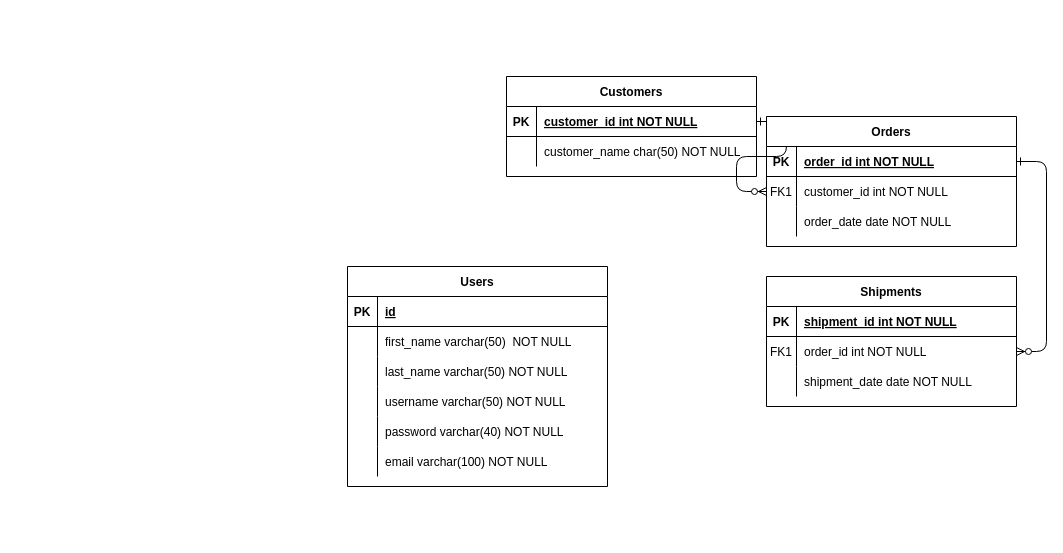
This is Berbagi.drawio from samsulanwar004/diagram, a draw.io file, before an edit. Source tidied: cells renumbered, new cells numbered last; positions are measured from the earlier drawing's top-left corner, leaving out a move shared by most shapes. Both pictures are drawn from the tidied source at 100%, with x=0, y=0 at pixel (347, 76).
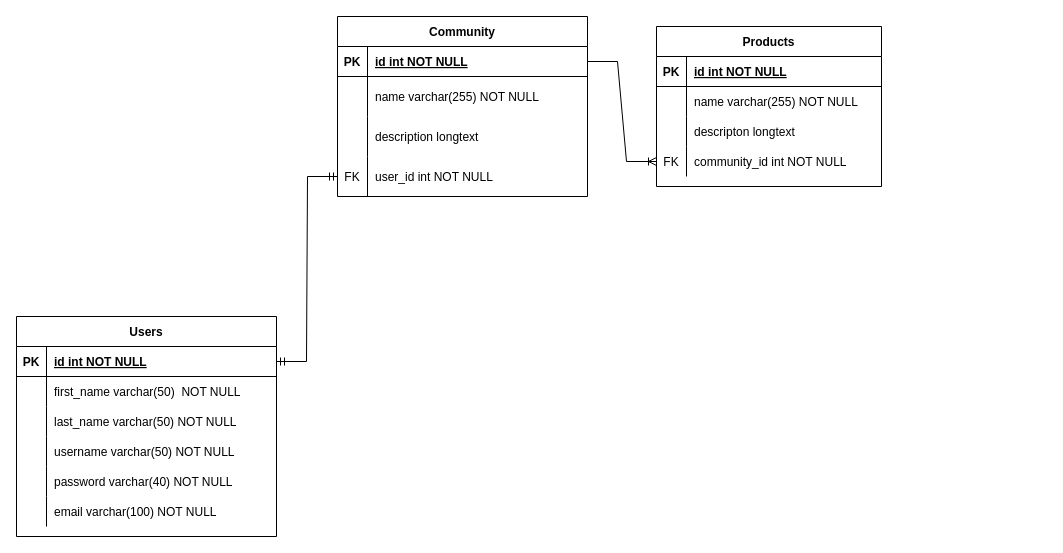
Above is the later version.

Unchanged cells that the change refers to:
```xml
<mxCell id="25" style="shape=partialRectangle;fillColor=none;points=[[0,0.5],[1,0.5]];portConstraint=eastwest;top=0;left=0;right=0;bottom=1;" parent="24" vertex="1">
  <mxGeometry y="30" width="250" height="30" as="geometry" />
</mxCell>
<mxCell id="32" style="shape=tableRow;horizontal=0;startSize=0;swimlaneHead=0;swimlaneBody=0;fillColor=none;points=[[0,0.5],[1,0.5]];portConstraint=eastwest;top=0;left=0;right=0;bottom=1;" parent="31" vertex="1">
  <mxGeometry y="30" width="260" height="30" as="geometry" />
</mxCell>
```

The edit, as a diff of the source:
```diff
@@
-    <mxCell id="2" style="edgeStyle=entityRelationEdgeStyle;endArrow=ERzeroToMany;startArrow=ERone;endFill=1;startFill=0;" parent="1" edge="1" source="25" target="8">
-      <mxGeometry relative="1" as="geometry" />
-    </mxCell>
-    <mxCell id="3" style="edgeStyle=entityRelationEdgeStyle;endArrow=ERzeroToMany;startArrow=ERone;endFill=1;startFill=0;" parent="1" edge="1" source="5" target="18">
-      <mxGeometry relative="1" as="geometry" />
-    </mxCell>
-    <mxCell id="4" value="Orders" style="shape=table;startSize=30;childLayout=tableLayout;rowLines=0;fontStyle=1;align=center;" parent="1" vertex="1">
-      <mxGeometry x="419" y="40" width="250" height="130" as="geometry" />
-    </mxCell>
-    <mxCell id="5" style="shape=partialRectangle;fillColor=none;points=[[0,0.5],[1,0.5]];portConstraint=eastwest;top=0;left=0;right=0;bottom=1;" parent="4" vertex="1">
-      <mxGeometry y="30" width="250" height="30" as="geometry" />
-    </mxCell>
-    <mxCell id="6" value="PK" style="shape=partialRectangle;overflow=hidden;fillColor=none;top=0;left=0;bottom=0;right=0;fontStyle=1;" parent="5" vertex="1">
-      <mxGeometry width="30" height="30" as="geometry" />
-    </mxCell>
-    <mxCell id="7" value="order_id int NOT NULL " style="shape=partialRectangle;overflow=hidden;fillColor=none;top=0;left=0;bottom=0;right=0;align=left;spacingLeft=6;fontStyle=5;" parent="5" vertex="1">
-      <mxGeometry x="30" width="220" height="30" as="geometry" />
-    </mxCell>
-    <mxCell id="8" style="shape=partialRectangle;fillColor=none;points=[[0,0.5],[1,0.5]];portConstraint=eastwest;top=0;left=0;right=0;bottom=0;" parent="4" vertex="1">
-      <mxGeometry y="60" width="250" height="30" as="geometry" />
-    </mxCell>
-    <mxCell id="9" value="FK1" style="shape=partialRectangle;overflow=hidden;fillColor=none;top=0;left=0;bottom=0;right=0;" parent="8" vertex="1">
-      <mxGeometry width="30" height="30" as="geometry" />
-    </mxCell>
-    <mxCell id="10" value="customer_id int NOT NULL" style="shape=partialRectangle;overflow=hidden;fillColor=none;top=0;left=0;bottom=0;right=0;align=left;spacingLeft=6;" parent="8" vertex="1">
-      <mxGeometry x="30" width="220" height="30" as="geometry" />
-    </mxCell>
-    <mxCell id="11" style="shape=partialRectangle;fillColor=none;top=0;left=0;right=0;bottom=0;" parent="4" vertex="1">
-      <mxGeometry y="90" width="250" height="30" as="geometry" />
-    </mxCell>
-    <mxCell id="12" style="shape=partialRectangle;overflow=hidden;fillColor=none;top=0;left=0;bottom=0;right=0;" parent="11" vertex="1">
-      <mxGeometry width="30" height="30" as="geometry" />
-    </mxCell>
-    <mxCell id="13" value="order_date date NOT NULL" style="shape=partialRectangle;overflow=hidden;fillColor=none;top=0;left=0;bottom=0;right=0;align=left;spacingLeft=6;" parent="11" vertex="1">
-      <mxGeometry x="30" width="220" height="30" as="geometry" />
-    </mxCell>
-    <mxCell id="14" value="Shipments" style="shape=table;startSize=30;childLayout=tableLayout;rowLines=0;fontStyle=1;align=center;" parent="1" vertex="1">
-      <mxGeometry x="419" y="200" width="250" height="130" as="geometry" />
-    </mxCell>
-    <mxCell id="15" style="shape=partialRectangle;fillColor=none;top=0;left=0;right=0;bottom=1;" parent="14" vertex="1">
-      <mxGeometry y="30" width="250" height="30" as="geometry" />
-    </mxCell>
-    <mxCell id="16" value="PK" style="shape=partialRectangle;overflow=hidden;fillColor=none;top=0;left=0;bottom=0;right=0;fontStyle=1;" parent="15" vertex="1">
-      <mxGeometry width="30" height="30" as="geometry" />
-    </mxCell>
-    <mxCell id="17" value="shipment_id int NOT NULL " style="shape=partialRectangle;overflow=hidden;fillColor=none;top=0;left=0;bottom=0;right=0;align=left;spacingLeft=6;fontStyle=5;" parent="15" vertex="1">
-      <mxGeometry x="30" width="220" height="30" as="geometry" />
-    </mxCell>
-    <mxCell id="18" style="shape=partialRectangle;fillColor=none;points=[[0,0.5],[1,0.5]];portConstraint=eastwest;top=0;left=0;right=0;bottom=0;" parent="14" vertex="1">
-      <mxGeometry y="60" width="250" height="30" as="geometry" />
-    </mxCell>
-    <mxCell id="19" value="FK1" style="shape=partialRectangle;overflow=hidden;fillColor=none;top=0;left=0;bottom=0;right=0;" parent="18" vertex="1">
-      <mxGeometry width="30" height="30" as="geometry" />
-    </mxCell>
-    <mxCell id="20" value="order_id int NOT NULL" style="shape=partialRectangle;overflow=hidden;fillColor=none;top=0;left=0;bottom=0;right=0;align=left;spacingLeft=6;" parent="18" vertex="1">
-      <mxGeometry x="30" width="220" height="30" as="geometry" />
-    </mxCell>
-    <mxCell id="21" style="shape=partialRectangle;fillColor=none;top=0;left=0;right=0;bottom=0;" parent="14" vertex="1">
-      <mxGeometry y="90" width="250" height="30" as="geometry" />
-    </mxCell>
-    <mxCell id="22" style="shape=partialRectangle;overflow=hidden;fillColor=none;top=0;left=0;bottom=0;right=0;" parent="21" vertex="1">
-      <mxGeometry width="30" height="30" as="geometry" />
-    </mxCell>
-    <mxCell id="23" value="shipment_date date NOT NULL" style="shape=partialRectangle;overflow=hidden;fillColor=none;top=0;left=0;bottom=0;right=0;align=left;spacingLeft=6;" parent="21" vertex="1">
-      <mxGeometry x="30" width="220" height="30" as="geometry" />
-    </mxCell>
-    <mxCell id="24" value="Customers" style="shape=table;startSize=30;childLayout=tableLayout;rowLines=0;fontStyle=1;align=center;" parent="1" vertex="1">
-      <mxGeometry x="159" width="250" height="100" as="geometry" />
+    <mxCell id="24" value="Community" style="shape=table;startSize=30;childLayout=tableLayout;rowLines=0;fontStyle=1;align=center;shadow=0;" parent="1" vertex="1">
+      <mxGeometry x="-10" y="-60" width="250" height="180" as="geometry" />
     </mxCell>
@@
-    <mxCell id="27" value="customer_id int NOT NULL " style="shape=partialRectangle;overflow=hidden;fillColor=none;top=0;left=0;bottom=0;right=0;align=left;spacingLeft=6;fontStyle=5;" parent="25" vertex="1">
+    <mxCell id="27" value="id int NOT NULL " style="shape=partialRectangle;overflow=hidden;fillColor=none;top=0;left=0;bottom=0;right=0;align=left;spacingLeft=6;fontStyle=5;" parent="25" vertex="1">
       <mxGeometry x="30" width="220" height="30" as="geometry" />
     </mxCell>
     <mxCell id="28" style="shape=partialRectangle;fillColor=none;top=0;left=0;right=0;bottom=0;" parent="24" vertex="1">
-      <mxGeometry y="60" width="250" height="30" as="geometry" />
+      <mxGeometry y="60" width="250" height="40" as="geometry" />
     </mxCell>
     <mxCell id="29" style="shape=partialRectangle;overflow=hidden;fillColor=none;top=0;left=0;bottom=0;right=0;" parent="28" vertex="1">
-      <mxGeometry width="30" height="30" as="geometry" />
+      <mxGeometry width="30" height="40" as="geometry" />
     </mxCell>
-    <mxCell id="30" value="customer_name char(50) NOT NULL" style="shape=partialRectangle;overflow=hidden;fillColor=none;top=0;left=0;bottom=0;right=0;align=left;spacingLeft=6;" parent="28" vertex="1">
-      <mxGeometry x="30" width="220" height="30" as="geometry" />
+    <mxCell id="30" value="name varchar(255) NOT NULL" style="shape=partialRectangle;overflow=hidden;fillColor=none;top=0;left=0;bottom=0;right=0;align=left;spacingLeft=6;" parent="28" vertex="1">
+      <mxGeometry x="30" width="220" height="40" as="geometry" />
     </mxCell>
+    <mxCell id="50" style="shape=partialRectangle;fillColor=none;top=0;left=0;right=0;bottom=0;" parent="24" vertex="1">
+      <mxGeometry y="100" width="250" height="40" as="geometry" />
+    </mxCell>
+    <mxCell id="51" style="shape=partialRectangle;overflow=hidden;fillColor=none;top=0;left=0;bottom=0;right=0;" parent="50" vertex="1">
+      <mxGeometry width="30" height="40" as="geometry" />
+    </mxCell>
+    <mxCell id="52" value="description longtext" style="shape=partialRectangle;overflow=hidden;fillColor=none;top=0;left=0;bottom=0;right=0;align=left;spacingLeft=6;" parent="50" vertex="1">
+      <mxGeometry x="30" width="220" height="40" as="geometry" />
+    </mxCell>
+    <mxCell id="53" style="shape=partialRectangle;fillColor=none;top=0;left=0;right=0;bottom=0;" parent="24" vertex="1">
+      <mxGeometry y="140" width="250" height="40" as="geometry" />
+    </mxCell>
+    <mxCell id="54" value="FK" style="shape=partialRectangle;overflow=hidden;fillColor=none;top=0;left=0;bottom=0;right=0;" parent="53" vertex="1">
+      <mxGeometry width="30" height="40" as="geometry" />
+    </mxCell>
+    <mxCell id="55" value="user_id int NOT NULL" style="shape=partialRectangle;overflow=hidden;fillColor=none;top=0;left=0;bottom=0;right=0;align=left;spacingLeft=6;" parent="53" vertex="1">
+      <mxGeometry x="30" width="220" height="40" as="geometry" />
+    </mxCell>
     <mxCell id="31" value="Users" style="shape=table;startSize=30;childLayout=tableLayout;rowLines=0;fontStyle=1;align=center;" parent="1" vertex="1">
-      <mxGeometry y="190" width="260" height="220" as="geometry" />
+      <mxGeometry x="-331" y="240" width="260" height="220" as="geometry" />
     </mxCell>
@@
-    <mxCell id="34" value="id" style="shape=partialRectangle;fillColor=none;top=0;left=0;bottom=0;right=0;align=left;spacingLeft=6;fontStyle=5;overflow=hidden;" parent="32" vertex="1">
+    <mxCell id="34" value="id int NOT NULL" style="shape=partialRectangle;fillColor=none;top=0;left=0;bottom=0;right=0;align=left;spacingLeft=6;fontStyle=5;overflow=hidden;" parent="32" vertex="1">
       <mxGeometry x="30" width="230" height="30" as="geometry" />
     </mxCell>
@@
+    <mxCell id="56" value="Products" style="shape=table;startSize=30;childLayout=tableLayout;rowLines=0;fontStyle=1;align=center;shadow=0;" parent="1" vertex="1">
+      <mxGeometry x="309" y="-50" width="225" height="160" as="geometry" />
+    </mxCell>
+    <mxCell id="57" style="shape=tableRow;horizontal=0;startSize=0;swimlaneHead=0;swimlaneBody=0;fillColor=none;top=0;left=0;right=0;bottom=1;shadow=0;" parent="56" vertex="1">
+      <mxGeometry y="30" width="225" height="30" as="geometry" />
+    </mxCell>
+    <mxCell id="58" value="PK" style="shape=partialRectangle;fillColor=none;top=0;left=0;bottom=0;right=0;fontStyle=1;overflow=hidden;shadow=0;" parent="57" vertex="1">
+      <mxGeometry width="30" height="30" as="geometry" />
+    </mxCell>
+    <mxCell id="59" value="id int NOT NULL" style="shape=partialRectangle;fillColor=none;top=0;left=0;bottom=0;right=0;align=left;spacingLeft=6;fontStyle=5;overflow=hidden;shadow=0;" parent="57" vertex="1">
+      <mxGeometry x="30" width="195" height="30" as="geometry" />
+    </mxCell>
+    <mxCell id="60" style="shape=tableRow;horizontal=0;startSize=0;swimlaneHead=0;swimlaneBody=0;fillColor=none;top=0;left=0;right=0;bottom=0;shadow=0;" parent="56" vertex="1">
+      <mxGeometry y="60" width="225" height="30" as="geometry" />
+    </mxCell>
+    <mxCell id="61" style="shape=partialRectangle;fillColor=none;top=0;left=0;bottom=0;right=0;overflow=hidden;shadow=0;" parent="60" vertex="1">
+      <mxGeometry width="30" height="30" as="geometry" />
+    </mxCell>
+    <mxCell id="62" value="name varchar(255) NOT NULL" style="shape=partialRectangle;fillColor=none;top=0;left=0;bottom=0;right=0;align=left;spacingLeft=6;overflow=hidden;shadow=0;" parent="60" vertex="1">
+      <mxGeometry x="30" width="195" height="30" as="geometry" />
+    </mxCell>
+    <mxCell id="63" style="shape=tableRow;horizontal=0;startSize=0;swimlaneHead=0;swimlaneBody=0;fillColor=none;top=0;left=0;right=0;bottom=0;shadow=0;" parent="56" vertex="1">
+      <mxGeometry y="90" width="225" height="30" as="geometry" />
+    </mxCell>
+    <mxCell id="64" style="shape=partialRectangle;fillColor=none;top=0;left=0;bottom=0;right=0;overflow=hidden;shadow=0;" parent="63" vertex="1">
+      <mxGeometry width="30" height="30" as="geometry" />
+    </mxCell>
+    <mxCell id="65" value="descripton longtext" style="shape=partialRectangle;fillColor=none;top=0;left=0;bottom=0;right=0;align=left;spacingLeft=6;overflow=hidden;shadow=0;" parent="63" vertex="1">
+      <mxGeometry x="30" width="195" height="30" as="geometry" />
+    </mxCell>
+    <mxCell id="66" style="shape=tableRow;horizontal=0;startSize=0;swimlaneHead=0;swimlaneBody=0;fillColor=none;points=[[0,0.5],[1,0.5]];portConstraint=eastwest;top=0;left=0;right=0;bottom=0;shadow=0;" parent="56" vertex="1">
+      <mxGeometry y="120" width="225" height="30" as="geometry" />
+    </mxCell>
+    <mxCell id="67" value="FK" style="shape=partialRectangle;fillColor=none;top=0;left=0;bottom=0;right=0;overflow=hidden;shadow=0;" parent="66" vertex="1">
+      <mxGeometry width="30" height="30" as="geometry" />
+    </mxCell>
+    <mxCell id="68" value="community_id int NOT NULL" style="shape=partialRectangle;fillColor=none;top=0;left=0;bottom=0;right=0;align=left;spacingLeft=6;overflow=hidden;shadow=0;" parent="66" vertex="1">
+      <mxGeometry x="30" width="195" height="30" as="geometry" />
+    </mxCell>
+    <mxCell id="69" style="edgeStyle=entityRelationEdgeStyle;fontSize=12;html=1;endArrow=ERoneToMany;rounded=0;exitX=1;exitY=0.5;exitDx=0;exitDy=0;entryX=0;entryY=0.5;entryDx=0;entryDy=0;" parent="1" edge="1" source="25" target="66">
+      <mxGeometry relative="1" as="geometry" />
+    </mxCell>
+    <mxCell id="70" style="edgeStyle=entityRelationEdgeStyle;fontSize=12;html=1;endArrow=ERmandOne;startArrow=ERmandOne;rounded=0;exitX=1;exitY=0.5;exitDx=0;exitDy=0;" parent="1" edge="1" source="32">
+      <mxGeometry relative="1" as="geometry">
+        <mxPoint x="-10" y="100" as="targetPoint" />
+      </mxGeometry>
+    </mxCell>
```
